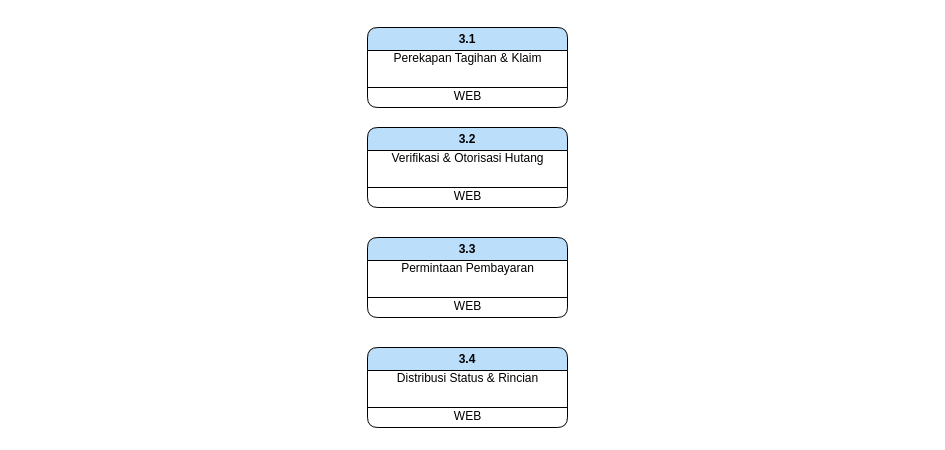
Earlier version of the draw.io diagram page "DFD LVL 1-Hutang" (9 of 9) of DFD-FINANCE-MARU.drawio (elikawicaksana/BuildIT_BasisData). Source tidied: cells renumbered, new cells numbered last; positions are measured from the earlier drawing's top-left corner, leaving out a move shared by most shapes. Both pictures are drawn from the tidied source at 100%, with x=0, y=0 at pixel (367, 27).
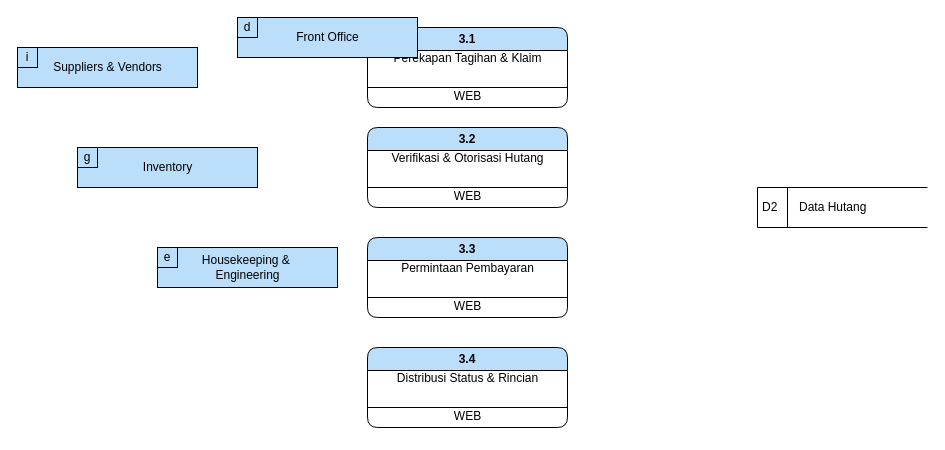
Above is the later version.

Diff of the diagram source:
```diff
@@
+    <mxCell id="18" style="group;" parent="1" vertex="1">
+      <mxGeometry x="-320" y="20" width="150" height="40" as="geometry" />
+    </mxCell>
+    <mxCell id="19" style="rounded=0;whiteSpace=wrap;html=1;fillColor=#bbdefb;" parent="18" vertex="1">
+      <mxGeometry x="-30" width="180" height="40" as="geometry" />
+    </mxCell>
+    <mxCell id="20" value="Suppliers &amp;amp; Vendors" style="text;html=1;align=center;verticalAlign=middle;strokeColor=none;fillColor=none;" parent="18" vertex="1">
+      <mxGeometry x="-5" y="5" width="130" height="30" as="geometry" />
+    </mxCell>
+    <mxCell id="21" value="i" style="rounded=0;whiteSpace=wrap;html=1;labelBackgroundColor=none;fillColor=light-dark(#bbdefb, #193750);strokeColor=#000000;" parent="18" vertex="1">
+      <mxGeometry x="-30" width="20" height="20" as="geometry" />
+    </mxCell>
+    <mxCell id="22" style="group;" parent="1" vertex="1">
+      <mxGeometry x="-260" y="120" width="150" height="40" as="geometry" />
+    </mxCell>
+    <mxCell id="23" style="rounded=0;whiteSpace=wrap;html=1;fillColor=#bbdefb;" parent="22" vertex="1">
+      <mxGeometry x="-30" width="180" height="40" as="geometry" />
+    </mxCell>
+    <mxCell id="24" value="Inventory" style="text;html=1;align=center;verticalAlign=middle;strokeColor=none;fillColor=none;" parent="22" vertex="1">
+      <mxGeometry x="25" y="5" width="70" height="30" as="geometry" />
+    </mxCell>
+    <mxCell id="25" value="g" style="rounded=0;whiteSpace=wrap;html=1;labelBackgroundColor=none;fillColor=light-dark(#bbdefb, #193750);strokeColor=#000000;" parent="22" vertex="1">
+      <mxGeometry x="-30" width="20" height="20" as="geometry" />
+    </mxCell>
+    <mxCell id="26" style="group;" parent="1" vertex="1">
+      <mxGeometry x="-100" y="-10" width="150" height="40" as="geometry" />
+    </mxCell>
+    <mxCell id="27" style="rounded=0;whiteSpace=wrap;html=1;fillColor=#bbdefb;" parent="26" vertex="1">
+      <mxGeometry x="-30" width="180" height="40" as="geometry" />
+    </mxCell>
+    <mxCell id="28" value="Front Office" style="text;html=1;align=center;verticalAlign=middle;strokeColor=none;fillColor=none;" parent="26" vertex="1">
+      <mxGeometry x="15" y="5" width="90" height="30" as="geometry" />
+    </mxCell>
+    <mxCell id="29" value="d" style="rounded=0;whiteSpace=wrap;html=1;labelBackgroundColor=none;fillColor=light-dark(#bbdefb, #193750);strokeColor=#000000;" parent="26" vertex="1">
+      <mxGeometry x="-30" width="20" height="20" as="geometry" />
+    </mxCell>
+    <mxCell id="30" style="group;" parent="1" vertex="1">
+      <mxGeometry x="-180" y="220" width="150" height="40" as="geometry" />
+    </mxCell>
+    <mxCell id="31" style="rounded=0;whiteSpace=wrap;html=1;fillColor=#bbdefb;" parent="30" vertex="1">
+      <mxGeometry x="-30" width="180" height="40" as="geometry" />
+    </mxCell>
+    <mxCell id="32" value="Housekeeping &amp;amp;&amp;nbsp;&lt;div&gt;Engineering&lt;/div&gt;" style="text;html=1;align=center;verticalAlign=middle;strokeColor=none;fillColor=none;" parent="30" vertex="1">
+      <mxGeometry x="5" width="110" height="40" as="geometry" />
+    </mxCell>
+    <mxCell id="33" value="e" style="rounded=0;whiteSpace=wrap;html=1;labelBackgroundColor=none;fillColor=light-dark(#bbdefb, #193750);strokeColor=#000000;" parent="30" vertex="1">
+      <mxGeometry x="-30" width="20" height="20" as="geometry" />
+    </mxCell>
+    <mxCell id="34" style="group;" parent="1" vertex="1">
+      <mxGeometry x="390" y="160" width="170" height="40" as="geometry" />
+    </mxCell>
+    <mxCell id="35" value="&lt;span style=&quot;background-color: light-dark(rgb(255, 255, 255), rgb(102, 0, 204));&quot;&gt;D2&lt;/span&gt;" style="html=1;dashed=0;whiteSpace=wrap;shape=mxgraph.dfd.dataStoreID;align=left;spacingLeft=3;fillColor=none;fillStyle=solid;" parent="34" vertex="1">
+      <mxGeometry width="170" height="40" as="geometry" />
+    </mxCell>
+    <mxCell id="36" value="Data Hutang" style="text;html=1;whiteSpace=wrap;strokeColor=none;fillColor=none;align=left;verticalAlign=middle;rounded=0;" parent="34" vertex="1">
+      <mxGeometry x="40" y="5" width="80" height="30" as="geometry" />
+    </mxCell>
```
